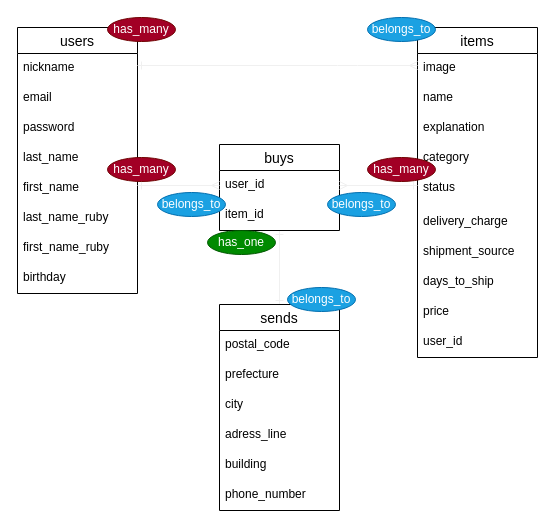
This is ER図.dio from horihory/furima-37320, a draw.io file, before an edit. Source tidied: cells renumbered, new cells numbered last; positions are measured from the earlier drawing's top-left corner, leaving out a move shared by most shapes. Both pictures are drawn from the tidied source at 100%, with x=0, y=0 at pixel (17, 17).
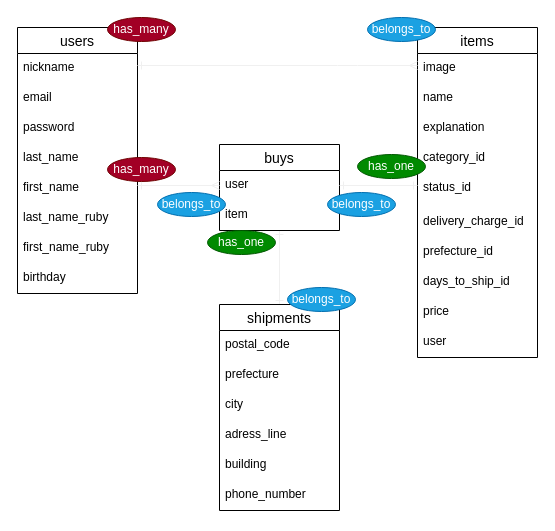
The same page after the edit.

Commit message (it also covers changes not shown here):
ER図とREADMEの修正

Unchanged cells that the change refers to:
```xml
<mxCell id="11" value="items" style="swimlane;fontStyle=0;horizontal=1;startSize=26;align=center;fontSize=14;" parent="1" vertex="1">
  <mxGeometry x="400" y="10" width="120" height="330" as="geometry" />
</mxCell>
<mxCell id="24" value="buys" style="swimlane;fontStyle=0;horizontal=1;startSize=26;align=center;fontSize=14;" parent="1" vertex="1">
  <mxGeometry x="202" y="127" width="120" height="86" as="geometry" />
</mxCell>
```

The edit, as a diff of the source:
```diff
@@
-    <mxCell id="15" value="category" style="text;strokeColor=none;fillColor=none;spacingLeft=4;spacingRight=4;overflow=hidden;fontSize=12;" parent="11" vertex="1">
+    <mxCell id="15" value="category_id" style="text;strokeColor=none;fillColor=none;spacingLeft=4;spacingRight=4;overflow=hidden;fontSize=12;" parent="11" vertex="1">
       <mxGeometry y="116" width="120" height="30" as="geometry" />
     </mxCell>
-    <mxCell id="16" value="status" style="text;strokeColor=none;fillColor=none;spacingLeft=4;spacingRight=4;overflow=hidden;fontSize=12;" parent="11" vertex="1">
+    <mxCell id="16" value="status_id" style="text;strokeColor=none;fillColor=none;spacingLeft=4;spacingRight=4;overflow=hidden;fontSize=12;" parent="11" vertex="1">
       <mxGeometry y="146" width="120" height="34" as="geometry" />
     </mxCell>
-    <mxCell id="17" value="delivery_charge" style="text;strokeColor=none;fillColor=none;spacingLeft=4;spacingRight=4;overflow=hidden;fontSize=12;" parent="11" vertex="1">
+    <mxCell id="17" value="delivery_charge_id" style="text;strokeColor=none;fillColor=none;spacingLeft=4;spacingRight=4;overflow=hidden;fontSize=12;" parent="11" vertex="1">
       <mxGeometry y="180" width="120" height="30" as="geometry" />
     </mxCell>
-    <mxCell id="18" value="shipment_source" style="text;strokeColor=none;fillColor=none;spacingLeft=4;spacingRight=4;overflow=hidden;fontSize=12;" parent="11" vertex="1">
+    <mxCell id="18" value="prefecture_id" style="text;strokeColor=none;fillColor=none;spacingLeft=4;spacingRight=4;overflow=hidden;fontSize=12;" parent="11" vertex="1">
       <mxGeometry y="210" width="120" height="30" as="geometry" />
     </mxCell>
-    <mxCell id="19" value="days_to_ship" style="text;strokeColor=none;fillColor=none;spacingLeft=4;spacingRight=4;overflow=hidden;fontSize=12;" parent="11" vertex="1">
+    <mxCell id="19" value="days_to_ship_id" style="text;strokeColor=none;fillColor=none;spacingLeft=4;spacingRight=4;overflow=hidden;fontSize=12;" parent="11" vertex="1">
       <mxGeometry y="240" width="120" height="30" as="geometry" />
     </mxCell>
@@
-    <mxCell id="21" value="user_id" style="text;strokeColor=none;fillColor=none;spacingLeft=4;spacingRight=4;overflow=hidden;fontSize=12;" parent="11" vertex="1">
+    <mxCell id="21" value="user" style="text;strokeColor=none;fillColor=none;spacingLeft=4;spacingRight=4;overflow=hidden;fontSize=12;" parent="11" vertex="1">
       <mxGeometry y="300" width="120" height="30" as="geometry" />
     </mxCell>
@@
-    <mxCell id="25" value="user_id" style="text;strokeColor=none;fillColor=none;spacingLeft=4;spacingRight=4;overflow=hidden;points=[[0,0.5],[1,0.5]];portConstraint=eastwest;fontSize=12;" parent="24" vertex="1">
+    <mxCell id="25" value="user" style="text;strokeColor=none;fillColor=none;spacingLeft=4;spacingRight=4;overflow=hidden;points=[[0,0.5],[1,0.5]];portConstraint=eastwest;fontSize=12;" parent="24" vertex="1">
       <mxGeometry y="26" width="120" height="30" as="geometry" />
     </mxCell>
-    <mxCell id="26" value="item_id" style="text;strokeColor=none;fillColor=none;spacingLeft=4;spacingRight=4;overflow=hidden;fontSize=12;" parent="24" vertex="1">
+    <mxCell id="26" value="item" style="text;strokeColor=none;fillColor=none;spacingLeft=4;spacingRight=4;overflow=hidden;fontSize=12;" parent="24" vertex="1">
       <mxGeometry y="56" width="120" height="30" as="geometry" />
     </mxCell>
-    <mxCell id="27" value="sends" style="swimlane;fontStyle=0;horizontal=1;startSize=26;align=center;fontSize=14;" parent="1" vertex="1">
+    <mxCell id="27" value="shipments" style="swimlane;fontStyle=0;horizontal=1;startSize=26;align=center;fontSize=14;" parent="1" vertex="1">
       <mxGeometry x="202" y="287" width="120" height="206" as="geometry" />
     </mxCell>
@@
-    <mxCell id="35" style="edgeStyle=none;html=1;entryX=1;entryY=0.5;entryDx=0;entryDy=0;startArrow=ERone;startFill=0;endArrow=ERmany;endFill=0;startSize=6;strokeColor=#F0F0F0;" parent="1" edge="1" target="25">
+    <mxCell id="35" style="edgeStyle=none;html=1;entryX=1;entryY=0.5;entryDx=0;entryDy=0;startArrow=ERone;startFill=0;endArrow=ERone;endFill=0;startSize=6;strokeColor=#F0F0F0;" parent="1" edge="1" target="25">
       <mxGeometry relative="1" as="geometry">
         <mxPoint x="400" y="168" as="sourcePoint" />
       </mxGeometry>
     </mxCell>
@@
-    <mxCell id="41" value="has_many" style="ellipse;whiteSpace=wrap;html=1;align=center;fontStyle=0;fillColor=#a20025;fontColor=#ffffff;strokeColor=#6F0000;" parent="1" vertex="1">
-      <mxGeometry x="350" y="140" width="68" height="24" as="geometry" />
-    </mxCell>
@@
+    <mxCell id="44" value="has_one" style="ellipse;whiteSpace=wrap;html=1;align=center;fontStyle=0;fillColor=#008a00;fontColor=#ffffff;strokeColor=#005700;" parent="1" vertex="1">
+      <mxGeometry x="340" y="137" width="68" height="24" as="geometry" />
+    </mxCell>
```
